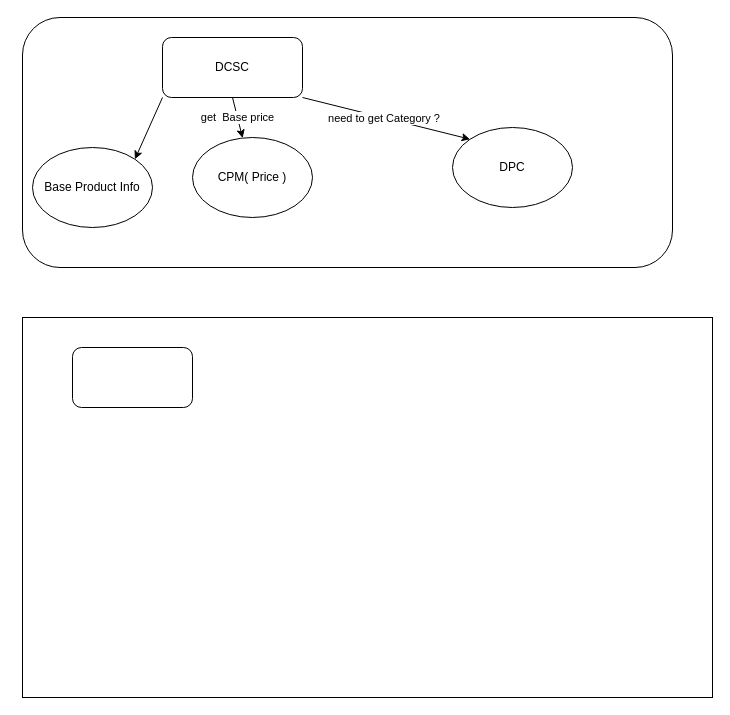
The draw.io diagram dcsc.drawio in clearriver/draw, before the edit. Source tidied: cells renumbered, new cells numbered last; positions are measured from the earlier drawing's top-left corner, leaving out a move shared by most shapes. Both pictures are drawn from the tidied source at 100%, with x=0, y=0 at pixel (22, 17).
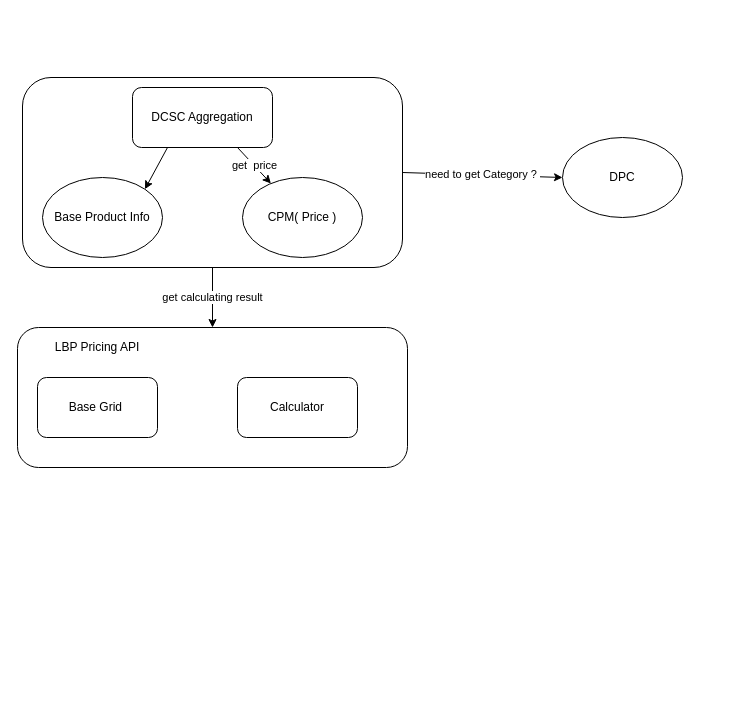
The same page after the edit.

Diff of the diagram source:
```diff
@@
 <mxGraphModel>
   <root>
     <mxCell id="0" />
     <mxCell id="1" parent="0" />
+    <mxCell id="12" style="rounded=1;whiteSpace=wrap;html=1;" parent="1" vertex="1">
+      <mxGeometry x="-5" y="310" width="390" height="140" as="geometry" />
+    </mxCell>
     <mxCell id="2" style="rounded=1;whiteSpace=wrap;html=1;" parent="1" vertex="1">
-      <mxGeometry width="650" height="250" as="geometry" />
+      <mxGeometry y="60" width="380" height="190" as="geometry" />
     </mxCell>
-    <mxCell id="3" value="DCSC" style="rounded=1;whiteSpace=wrap;html=1;" parent="1" vertex="1">
-      <mxGeometry x="140" y="20" width="140" height="60" as="geometry" />
+    <mxCell id="3" value="DCSC Aggregation" style="rounded=1;whiteSpace=wrap;html=1;" parent="1" vertex="1">
+      <mxGeometry x="110" y="70" width="140" height="60" as="geometry" />
     </mxCell>
     <mxCell id="4" value="Base Product Info" style="ellipse;whiteSpace=wrap;html=1;" parent="1" vertex="1">
-      <mxGeometry x="10" y="130" width="120" height="80" as="geometry" />
+      <mxGeometry x="20" y="160" width="120" height="80" as="geometry" />
     </mxCell>
     <mxCell id="5" value="CPM( Price )" style="ellipse;whiteSpace=wrap;html=1;" parent="1" vertex="1">
-      <mxGeometry x="170" y="120" width="120" height="80" as="geometry" />
+      <mxGeometry x="220" y="160" width="120" height="80" as="geometry" />
     </mxCell>
-    <mxCell id="6" style="endArrow=classic;html=1;entryX=1;entryY=0;entryDx=0;entryDy=0;exitX=0;exitY=1;exitDx=0;exitDy=0;" parent="1" edge="1" source="3" target="4">
+    <mxCell id="6" style="endArrow=classic;html=1;entryX=1;entryY=0;entryDx=0;entryDy=0;exitX=0.25;exitY=1;exitDx=0;exitDy=0;" parent="1" edge="1" source="3" target="4">
       <mxGeometry relative="1" as="geometry" />
     </mxCell>
-    <mxCell id="7" value="get&amp;nbsp; Base price" style="endArrow=classic;html=1;exitX=0.5;exitY=1;exitDx=0;exitDy=0;" parent="1" edge="1" source="3" target="5">
+    <mxCell id="7" value="get&amp;nbsp; price" style="endArrow=classic;html=1;exitX=0.75;exitY=1;exitDx=0;exitDy=0;" parent="1" edge="1" source="3" target="5">
       <mxGeometry relative="1" as="geometry" />
     </mxCell>
     <mxCell id="8" value="DPC" style="ellipse;whiteSpace=wrap;html=1;" parent="1" vertex="1">
-      <mxGeometry x="430" y="110" width="120" height="80" as="geometry" />
+      <mxGeometry x="540" y="120" width="120" height="80" as="geometry" />
     </mxCell>
-    <mxCell id="9" value="need to get Category ?&amp;nbsp;" style="endArrow=classic;html=1;exitX=1;exitY=1;exitDx=0;exitDy=0;entryX=0;entryY=0;entryDx=0;entryDy=0;" parent="1" edge="1" source="3" target="8">
-      <mxGeometry relative="1" as="geometry" />
+    <mxCell id="9" value="need to get Category ?&amp;nbsp;" style="endArrow=classic;html=1;exitX=1;exitY=0.5;exitDx=0;exitDy=0;entryX=0;entryY=0.5;entryDx=0;entryDy=0;" parent="1" edge="1">
+      <mxGeometry relative="1" as="geometry">
+        <mxPoint x="380" y="155" as="sourcePoint" />
+        <mxPoint x="540" y="160" as="targetPoint" />
+      </mxGeometry>
     </mxCell>
-    <mxCell id="10" style="rounded=0;whiteSpace=wrap;html=1;" parent="1" vertex="1">
-      <mxGeometry y="300" width="690" height="380" as="geometry" />
-    </mxCell>
-    <mxCell id="11" style="rounded=1;whiteSpace=wrap;html=1;" parent="1" vertex="1">
-      <mxGeometry x="50" y="330" width="120" height="60" as="geometry" />
-    </mxCell>
+    <mxCell id="13" value="get calculating result" style="endArrow=classic;html=1;exitX=0.5;exitY=1;exitDx=0;exitDy=0;" parent="1" edge="1" source="2" target="12">
+      <mxGeometry relative="1" as="geometry" />
+    </mxCell>
+    <mxCell id="14" value="Base Grid&amp;nbsp;" style="rounded=1;whiteSpace=wrap;html=1;" parent="1" vertex="1">
+      <mxGeometry x="15" y="360" width="120" height="60" as="geometry" />
+    </mxCell>
+    <mxCell id="15" value="Calculator" style="rounded=1;whiteSpace=wrap;html=1;" parent="1" vertex="1">
+      <mxGeometry x="215" y="360" width="120" height="60" as="geometry" />
+    </mxCell>
+    <mxCell id="16" value="LBP Pricing API" style="text;html=1;strokeColor=none;fillColor=none;align=center;verticalAlign=middle;whiteSpace=wrap;rounded=0;" parent="1" vertex="1">
+      <mxGeometry x="15" y="320" width="120" height="20" as="geometry" />
+    </mxCell>
   </root>
 </mxGraphModel>
```
